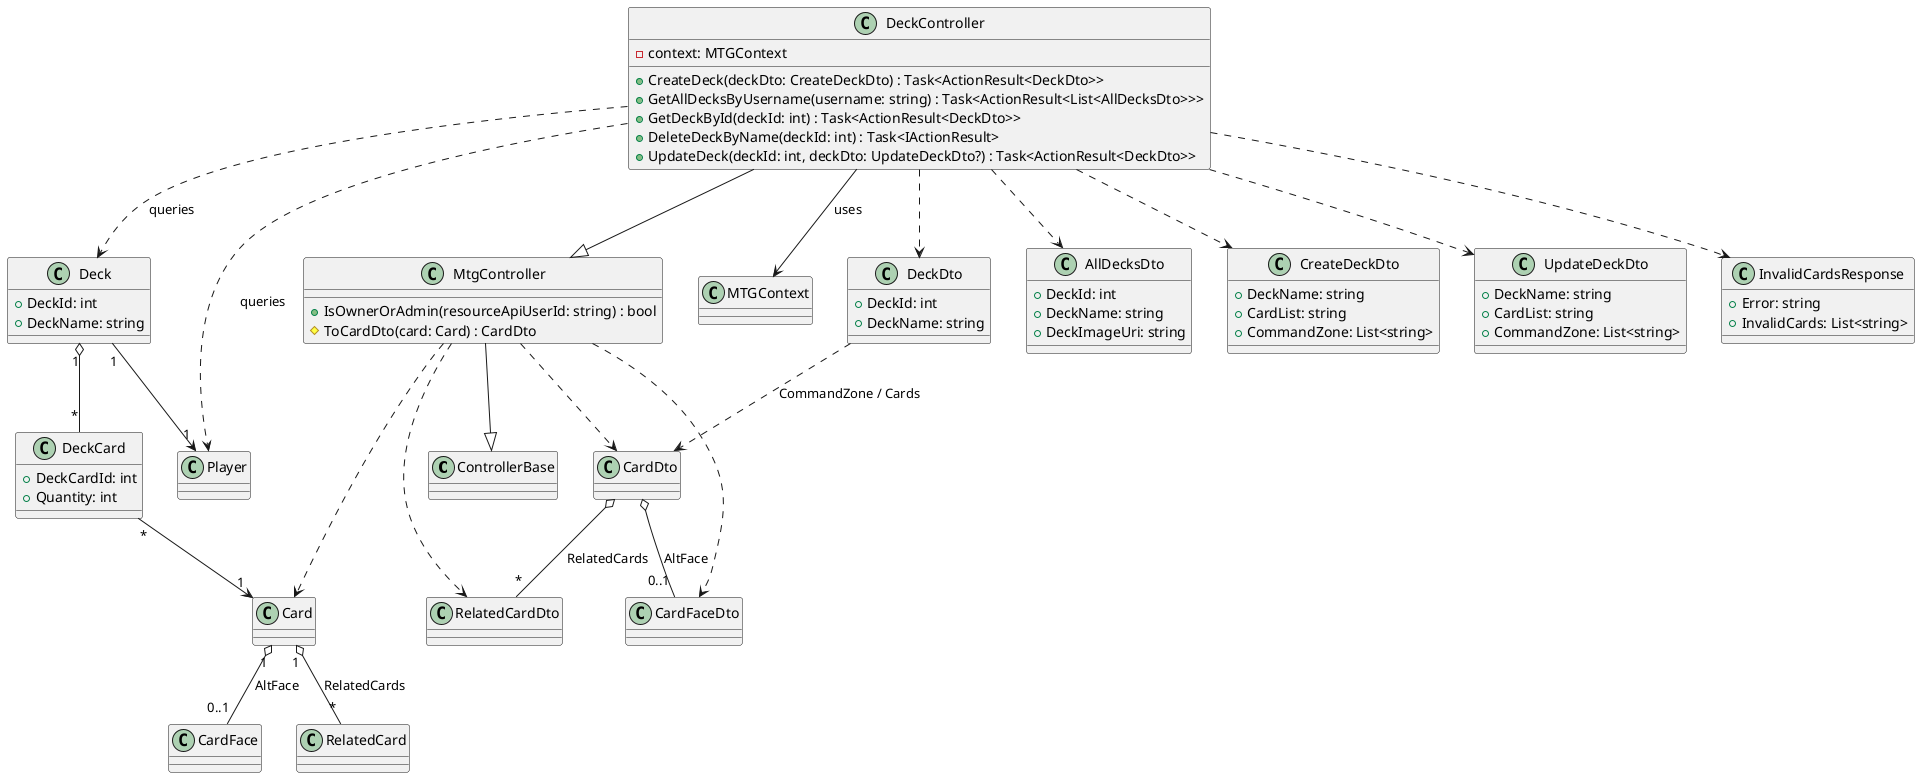
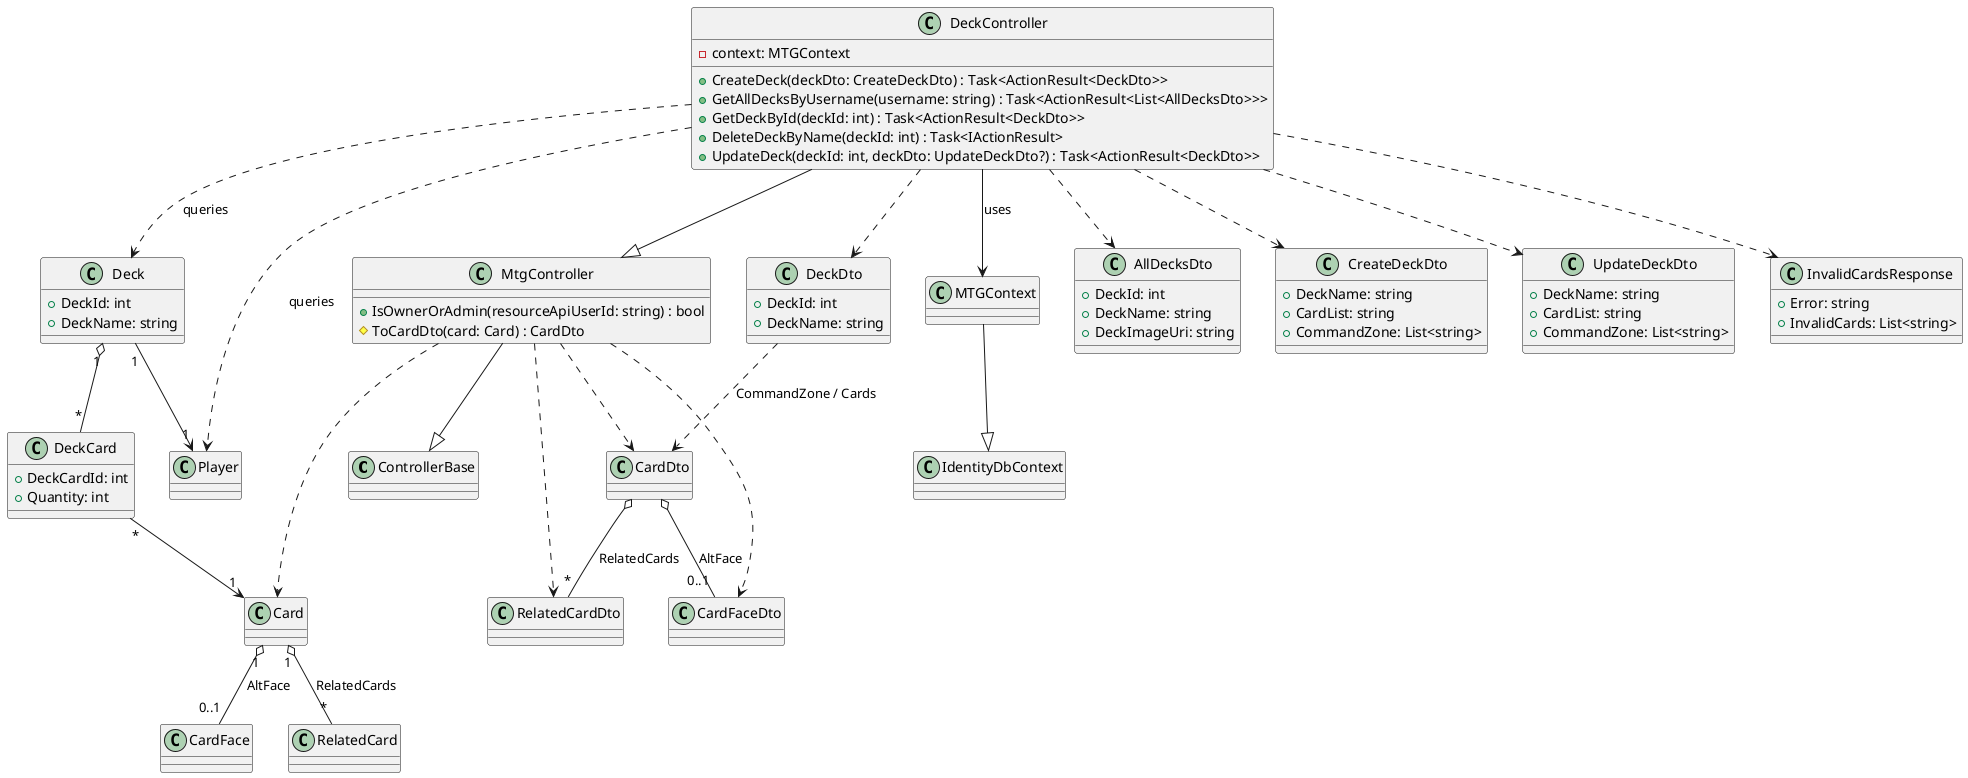
@startuml

class ControllerBase
class MTGContext
+ class IdentityDbContext

class MtgController {
    + IsOwnerOrAdmin(resourceApiUserId: string) : bool
    # ToCardDto(card: Card) : CardDto
}

class DeckController {
    - context: MTGContext
    + CreateDeck(deckDto: CreateDeckDto) : Task<ActionResult<DeckDto>>
    + GetAllDecksByUsername(username: string) : Task<ActionResult<List<AllDecksDto>>>
    + GetDeckById(deckId: int) : Task<ActionResult<DeckDto>>
    + DeleteDeckByName(deckId: int) : Task<IActionResult>
    + UpdateDeck(deckId: int, deckDto: UpdateDeckDto?) : Task<ActionResult<DeckDto>>
}

DeckController --|> MtgController
MtgController --|> ControllerBase
DeckController --> MTGContext : uses
+ MTGContext --|> IdentityDbContext

class Deck {
    + DeckId: int
    + DeckName: string
}

class DeckCard {
    + DeckCardId: int
    + Quantity: int
}

class Card
class Player
class CardFace
class RelatedCard

Deck "1" o-- "*" DeckCard
Deck "1" --> "1" Player
DeckCard "*" --> "1" Card
Card "1" o-- "0..1" CardFace : AltFace
Card "1" o-- "*" RelatedCard : RelatedCards

class DeckDto {
    + DeckId: int
    + DeckName: string
}

class AllDecksDto {
    + DeckId: int
    + DeckName: string
    + DeckImageUri: string
}

class CreateDeckDto {
    + DeckName: string
    + CardList: string
    + CommandZone: List<string>
}

class UpdateDeckDto {
    + DeckName: string
    + CardList: string
    + CommandZone: List<string>
}

class InvalidCardsResponse {
    + Error: string
    + InvalidCards: List<string>
}

class CardDto
class CardFaceDto
class RelatedCardDto

CardDto o-- "0..1" CardFaceDto : AltFace
CardDto o-- "*" RelatedCardDto : RelatedCards

DeckDto ..> CardDto : CommandZone / Cards

DeckController ..> DeckDto
DeckController ..> AllDecksDto
DeckController ..> CreateDeckDto
DeckController ..> UpdateDeckDto
DeckController ..> InvalidCardsResponse

DeckController ..> Deck : queries
DeckController ..> Player : queries

MtgController ..> Card
MtgController ..> CardDto
MtgController ..> CardFaceDto
MtgController ..> RelatedCardDto

@enduml